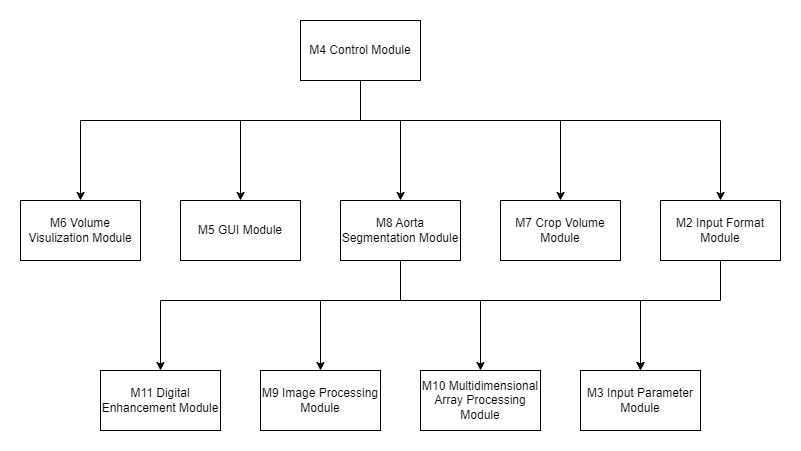
The draw.io diagram docs/Design/MG/UsesHierarchy.png in smiths/aorta, before a commit. Source tidied: cells renumbered, new cells last; positions are measured from the earlier drawing's top-left corner, leaving out a move shared by most shapes.
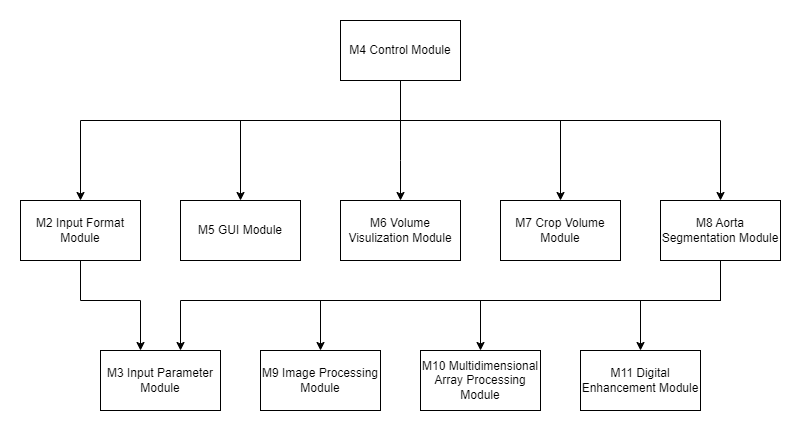
Above is the later version.

Commit message:
Update Use Hierarchy

Change to the diagram source:
```diff
@@ -3,24 +3,24 @@
     <mxCell id="0" />
     <mxCell id="1" parent="0" />
     <mxCell id="2" value="M5 GUI Module" style="rounded=0;whiteSpace=wrap;html=1;" parent="1" vertex="1">
-      <mxGeometry x="160" y="180" width="120" height="60" as="geometry" />
+      <mxGeometry x="120" y="180" width="120" height="60" as="geometry" />
     </mxCell>
     <mxCell id="3" style="edgeStyle=orthogonalEdgeStyle;rounded=0;jettySize=auto;html=1;exitX=0.5;exitY=1;exitDx=0;exitDy=0;" parent="1" edge="1" source="4" target="21">
       <mxGeometry relative="1" as="geometry">
         <Array as="points">
-          <mxPoint x="700" y="280" />
-          <mxPoint x="620" y="280" />
+          <mxPoint x="20" y="280" />
+          <mxPoint x="80" y="280" />
         </Array>
       </mxGeometry>
     </mxCell>
     <mxCell id="4" value="M2 Input Format Module" style="rounded=0;whiteSpace=wrap;html=1;" parent="1" vertex="1">
-      <mxGeometry x="640" y="180" width="120" height="60" as="geometry" />
+      <mxGeometry x="-40" y="180" width="120" height="60" as="geometry" />
     </mxCell>
     <mxCell id="5" style="edgeStyle=orthogonalEdgeStyle;rounded=0;jettySize=auto;html=1;exitX=0.5;exitY=1;exitDx=0;exitDy=0;entryX=0.5;entryY=0;entryDx=0;entryDy=0;" parent="1" edge="1" source="10" target="4">
       <mxGeometry relative="1" as="geometry">
         <Array as="points">
           <mxPoint x="340" y="100" />
-          <mxPoint x="700" y="100" />
+          <mxPoint x="20" y="100" />
         </Array>
       </mxGeometry>
     </mxCell>
@@ -28,7 +28,7 @@
       <mxGeometry relative="1" as="geometry">
         <Array as="points">
           <mxPoint x="340" y="100" />
-          <mxPoint x="380" y="100" />
+          <mxPoint x="660" y="100" />
         </Array>
       </mxGeometry>
     </mxCell>
@@ -36,7 +36,7 @@
       <mxGeometry relative="1" as="geometry">
         <Array as="points">
           <mxPoint x="340" y="100" />
-          <mxPoint x="220" y="100" />
+          <mxPoint x="180" y="100" />
         </Array>
       </mxGeometry>
     </mxCell>
@@ -44,15 +44,15 @@
       <mxGeometry relative="1" as="geometry">
         <Array as="points">
           <mxPoint x="340" y="100" />
-          <mxPoint x="540" y="100" />
+          <mxPoint x="500" y="100" />
         </Array>
       </mxGeometry>
     </mxCell>
     <mxCell id="9" style="edgeStyle=orthogonalEdgeStyle;rounded=0;jettySize=auto;html=1;entryX=0.5;entryY=0;entryDx=0;entryDy=0;" parent="1" edge="1" source="10" target="11">
       <mxGeometry relative="1" as="geometry">
         <Array as="points">
-          <mxPoint x="340" y="100" />
-          <mxPoint x="60" y="100" />
+          <mxPoint x="340" y="140" />
+          <mxPoint x="340" y="140" />
         </Array>
       </mxGeometry>
     </mxCell>
@@ -60,10 +60,10 @@
       <mxGeometry x="280" width="120" height="60" as="geometry" />
     </mxCell>
     <mxCell id="11" value="M6 Volume Visulization Module" style="rounded=0;whiteSpace=wrap;html=1;" parent="1" vertex="1">
-      <mxGeometry y="180" width="120" height="60" as="geometry" />
+      <mxGeometry x="280" y="180" width="120" height="60" as="geometry" />
     </mxCell>
     <mxCell id="12" value="M7 Crop Volume Module" style="rounded=0;whiteSpace=wrap;html=1;" parent="1" vertex="1">
-      <mxGeometry x="480" y="180" width="120" height="60" as="geometry" />
+      <mxGeometry x="440" y="180" width="120" height="60" as="geometry" />
     </mxCell>
     <mxCell id="13" style="edgeStyle=orthogonalEdgeStyle;rounded=0;jettySize=auto;html=1;exitX=0.5;exitY=1;exitDx=0;exitDy=0;" parent="1" edge="1" source="17" target="18">
       <mxGeometry relative="1" as="geometry">
@@ -73,45 +73,44 @@
         </Array>
       </mxGeometry>
     </mxCell>
-    <mxCell id="14" style="edgeStyle=orthogonalEdgeStyle;rounded=0;jettySize=auto;html=1;" parent="1" edge="1" target="19">
+    <mxCell id="14" style="edgeStyle=orthogonalEdgeStyle;rounded=0;jettySize=auto;html=1;exitX=0.5;exitY=1;exitDx=0;exitDy=0;" parent="1" edge="1" source="17" target="20">
       <mxGeometry relative="1" as="geometry">
-        <mxPoint x="290" y="280" as="sourcePoint" />
         <Array as="points">
-          <mxPoint x="260" y="280" />
-          <mxPoint x="340" y="280" />
+          <mxPoint x="660" y="280" />
+          <mxPoint x="420" y="280" />
         </Array>
       </mxGeometry>
     </mxCell>
-    <mxCell id="15" style="edgeStyle=orthogonalEdgeStyle;rounded=0;jettySize=auto;html=1;exitX=0.5;exitY=1;exitDx=0;exitDy=0;" parent="1" edge="1" source="17" target="20">
+    <mxCell id="15" style="edgeStyle=orthogonalEdgeStyle;rounded=0;jettySize=auto;html=1;exitX=0.5;exitY=1;exitDx=0;exitDy=0;" parent="1" edge="1" source="17" target="21">
       <mxGeometry relative="1" as="geometry">
         <Array as="points">
-          <mxPoint x="380" y="280" />
-          <mxPoint x="460" y="280" />
+          <mxPoint x="660" y="280" />
+          <mxPoint x="120" y="280" />
         </Array>
       </mxGeometry>
     </mxCell>
-    <mxCell id="16" style="edgeStyle=orthogonalEdgeStyle;rounded=0;jettySize=auto;html=1;exitX=0.5;exitY=1;exitDx=0;exitDy=0;" parent="1" edge="1" source="17" target="21">
+    <mxCell id="16" style="edgeStyle=orthogonalEdgeStyle;rounded=0;jettySize=auto;html=1;entryX=0.5;entryY=0;entryDx=0;entryDy=0;" parent="1" edge="1" source="17" target="19">
       <mxGeometry relative="1" as="geometry">
         <Array as="points">
-          <mxPoint x="380" y="280" />
-          <mxPoint x="620" y="280" />
+          <mxPoint x="660" y="280" />
+          <mxPoint x="260" y="280" />
         </Array>
       </mxGeometry>
     </mxCell>
     <mxCell id="17" value="M8 Aorta Segmentation Module" style="rounded=0;whiteSpace=wrap;html=1;" parent="1" vertex="1">
-      <mxGeometry x="320" y="180" width="120" height="60" as="geometry" />
+      <mxGeometry x="600" y="180" width="120" height="60" as="geometry" />
     </mxCell>
     <mxCell id="18" value="M11 Digital Enhancement Module" style="rounded=0;whiteSpace=wrap;html=1;" parent="1" vertex="1">
-      <mxGeometry x="80" y="350" width="120" height="60" as="geometry" />
+      <mxGeometry x="520" y="330" width="120" height="60" as="geometry" />
     </mxCell>
     <mxCell id="19" value="M9 Image Processing Module" style="rounded=0;whiteSpace=wrap;html=1;" parent="1" vertex="1">
-      <mxGeometry x="240" y="350" width="120" height="60" as="geometry" />
+      <mxGeometry x="200" y="330" width="120" height="60" as="geometry" />
     </mxCell>
     <mxCell id="20" value="M10 Multidimensional Array Processing Module" style="rounded=0;whiteSpace=wrap;html=1;" parent="1" vertex="1">
-      <mxGeometry x="400" y="350" width="120" height="60" as="geometry" />
+      <mxGeometry x="360" y="330" width="120" height="60" as="geometry" />
     </mxCell>
     <mxCell id="21" value="M3 Input Parameter Module" style="rounded=0;whiteSpace=wrap;html=1;" parent="1" vertex="1">
-      <mxGeometry x="560" y="350" width="120" height="60" as="geometry" />
+      <mxGeometry x="40" y="330" width="120" height="60" as="geometry" />
     </mxCell>
   </root>
 </mxGraphModel>
```
